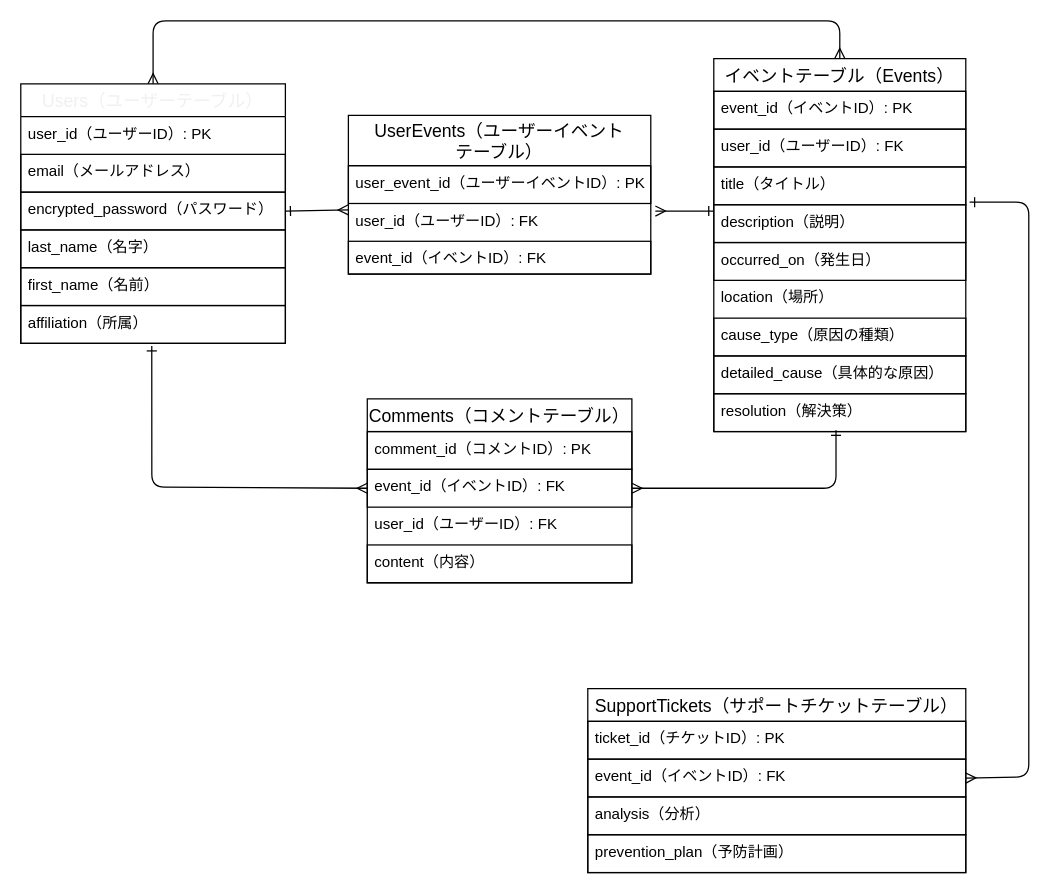
Earlier version of the draw.io diagram docs/database_structure2.dio (rikatussei/trouble_solver_navigator). Source tidied: cells renumbered, new cells numbered last; positions are measured from the earlier drawing's top-left corner, leaving out a move shared by most shapes. Both pictures are drawn from the tidied source at 126%, with x=0, y=0 at pixel (20, 20).
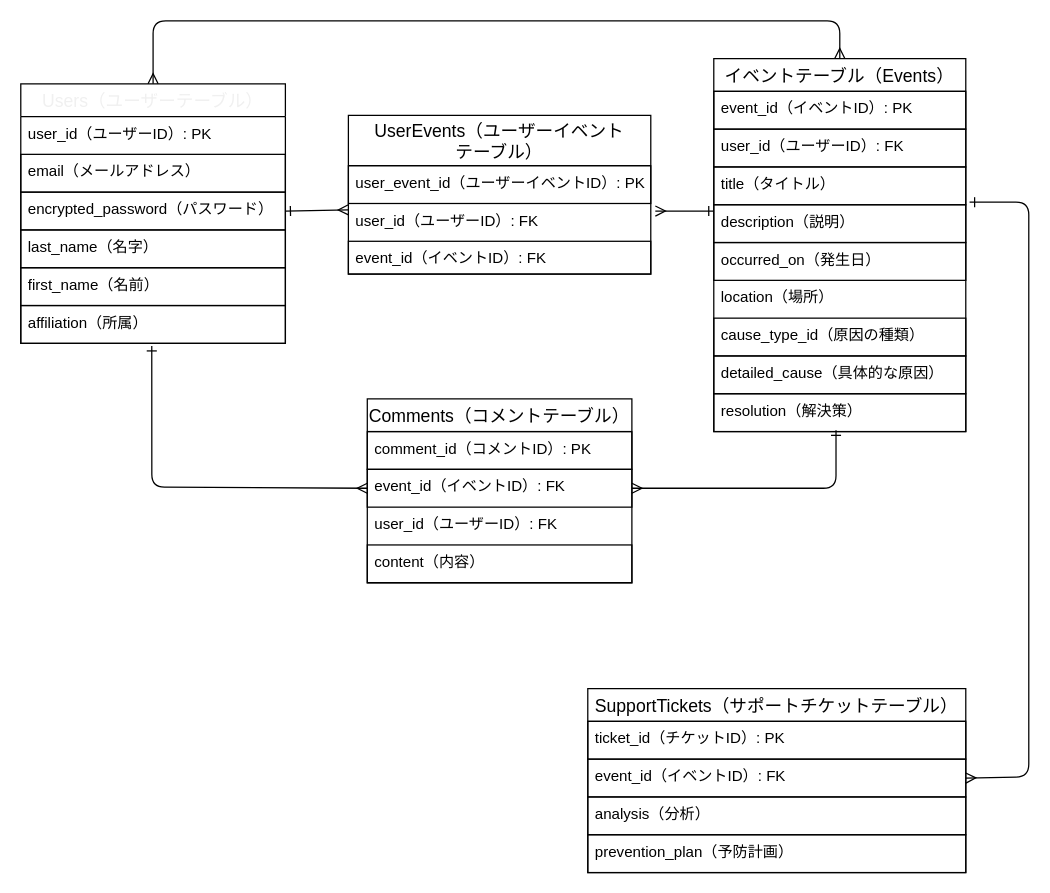
The same diagram, later.

The change refers to these unchanged cells:
```xml
<mxCell id="29" value="イベントテーブル（Events）" style="swimlane;fontStyle=0;horizontal=1;startSize=26;align=center;fontSize=14;" parent="1" vertex="1">
  <mxGeometry x="550" y="30" width="200" height="296" as="geometry" />
</mxCell>
```

What changed in the source:
```diff
@@
-    <mxCell id="36" value="cause_type（原因の種類）" style="text;strokeColor=default;fillColor=none;spacingLeft=4;spacingRight=4;overflow=hidden;fontSize=12;" parent="29" vertex="1">
+    <mxCell id="36" value="cause_type_id（原因の種類）" style="text;strokeColor=default;fillColor=none;spacingLeft=4;spacingRight=4;overflow=hidden;fontSize=12;" parent="29" vertex="1">
       <mxGeometry y="206" width="200" height="30" as="geometry" />
     </mxCell>
```
